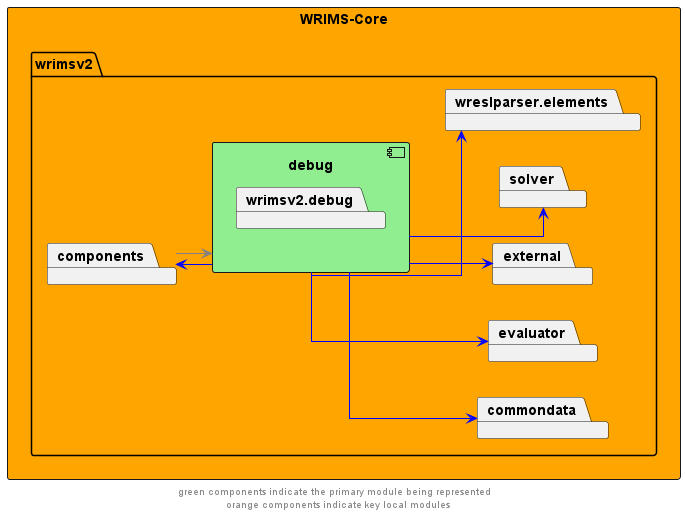
CentralValleyModeling/wrims keeps this PlantUML diagram as docs/diagrams/wrims-core/wrims-core_debug.png. Above is the earlier version.
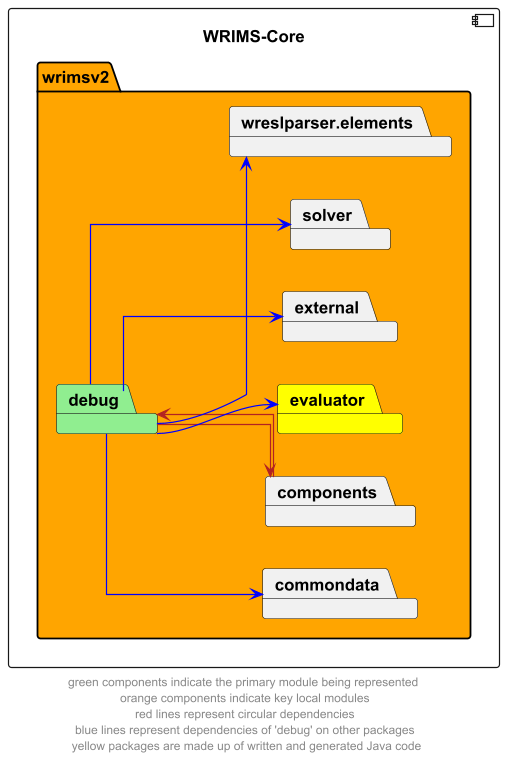
Above is the later version.

The edit, as a diff of the source:
```diff
@@ -2,23 +2,19 @@
 left to right direction
 skinparam linetype ortho
 
-rectangle wrims_core as "WRIMS-Core" #orange {
-    package wrimsv2{
-        package debug {
-            component debug #lightgreen {
-                package wrimsv2.debug
-            }
-        }
+component wrims_core as "WRIMS-Core" {
+    package wrimsv2 #orange{
+        package debug #lightgreen
     package commondata
     package components
-    package evaluator
+    package evaluator #yellow
     package external
     package solver
     package wreslparser.elements
 }
 
-debug -->  components #blue
-components -->  debug #grey
+debug -->  components #firebrick
+components -->  debug #firebrick
 debug -->  commondata #blue
 debug -->  evaluator #blue
 debug -->  external #blue
@@ -26,5 +22,5 @@
 debug -->  wreslparser.elements #blue
 
 
-footer "green components indicate the primary module being represented \n orange components indicate key local modules"
+footer "green components indicate the primary module being represented \n orange components indicate key local modules \n red lines represent circular dependencies \n blue lines represent dependencies of 'debug' on other packages \n yellow packages are made up of written and generated Java code"
 @enduml
```
